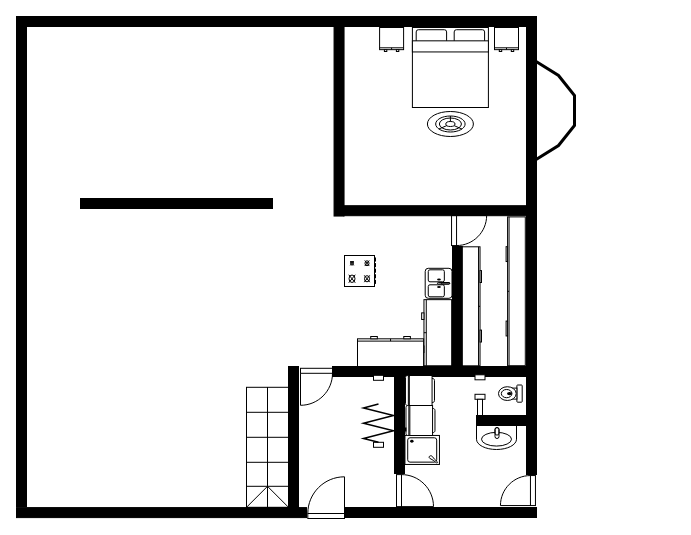
AlexProv/Draw keeps this draw.io diagram as House.drawio. Above is the earlier version. Source tidied: cells renumbered, new cells numbered last; positions are measured from the earlier drawing's top-left corner, leaving out a move shared by most shapes. Both pictures are drawn from the tidied source at 100%, with x=0, y=0 at pixel (16, 16).
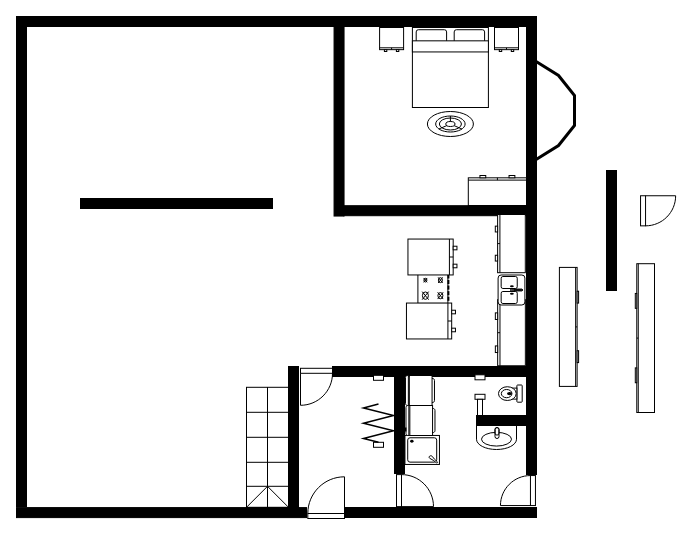
The same page after the edit.

The edit, as a diff of the source:
```diff
@@
     <mxCell id="14" style="verticalLabelPosition=bottom;html=1;verticalAlign=top;align=center;shape=mxgraph.floorplan.doorRight;rotation=-90;" parent="1" vertex="1">
-      <mxGeometry x="436" y="198" width="30.1" height="32" as="geometry" />
+      <mxGeometry x="625" y="178.3" width="30.1" height="32" as="geometry" />
     </mxCell>
@@
     <mxCell id="25" style="verticalLabelPosition=bottom;html=1;verticalAlign=top;align=center;shape=mxgraph.floorplan.range_1;rotation=-90;" parent="1" vertex="1">
-      <mxGeometry x="328" y="239" width="31" height="31" as="geometry" />
+      <mxGeometry x="401.4" y="255.9" width="31" height="31" as="geometry" />
     </mxCell>
@@
     <mxCell id="27" style="verticalLabelPosition=bottom;html=1;verticalAlign=top;align=center;shape=mxgraph.floorplan.wall;fillColor=strokeColor;direction=south;" parent="1" vertex="1">
-      <mxGeometry x="436" y="230" width="10" height="120" as="geometry" />
+      <mxGeometry x="590" y="154" width="10" height="120" as="geometry" />
     </mxCell>
     <mxCell id="28" style="verticalLabelPosition=bottom;html=1;verticalAlign=top;align=center;shape=mxgraph.floorplan.dresser;rotation=90;" parent="1" vertex="1">
-      <mxGeometry x="424.8" y="265.2" width="148.8" height="19.2" as="geometry" />
+      <mxGeometry x="554" y="312" width="148.8" height="19.2" as="geometry" />
     </mxCell>
     <mxCell id="29" style="verticalLabelPosition=bottom;html=1;verticalAlign=top;align=center;shape=mxgraph.floorplan.dresser;rotation=90;" parent="1" vertex="1">
-      <mxGeometry x="387.1" y="301.2" width="66.1" height="30" as="geometry" />
+      <mxGeometry x="460.8" y="301.2" width="66.1" height="30" as="geometry" />
     </mxCell>
-    <mxCell id="30" style="verticalLabelPosition=bottom;html=1;verticalAlign=top;align=center;shape=mxgraph.floorplan.dresser;rotation=-180;" parent="1" vertex="1">
-      <mxGeometry x="341" y="320" width="66.1" height="30" as="geometry" />
+    <mxCell id="30" style="verticalLabelPosition=bottom;html=1;verticalAlign=top;align=center;shape=mxgraph.floorplan.dresser;rotation=-90;" parent="1" vertex="1">
+      <mxGeometry x="396.5" y="280" width="35.9" height="49" as="geometry" />
     </mxCell>
     <mxCell id="31" style="verticalLabelPosition=bottom;html=1;verticalAlign=top;align=center;shape=mxgraph.floorplan.sink_double2;rotation=90;" parent="1" vertex="1">
-      <mxGeometry x="407.1" y="253.4" width="30" height="26.8" as="geometry" />
+      <mxGeometry x="480" y="260.1" width="30" height="26.8" as="geometry" />
     </mxCell>
     <mxCell id="32" style="verticalLabelPosition=bottom;html=1;verticalAlign=top;align=center;shape=mxgraph.floorplan.dresser;rotation=-90;" parent="1" vertex="1">
-      <mxGeometry x="395.9" y="280.2" width="119" height="19.2" as="geometry" />
+      <mxGeometry x="493" y="300.8" width="119" height="19.2" as="geometry" />
     </mxCell>
@@
+    <mxCell id="40" style="verticalLabelPosition=bottom;html=1;verticalAlign=top;align=center;shape=mxgraph.floorplan.dresser;rotation=90;" parent="1" vertex="1">
+      <mxGeometry x="464.7" y="212.1" width="58.2" height="30" as="geometry" />
+    </mxCell>
+    <mxCell id="41" style="verticalLabelPosition=bottom;html=1;verticalAlign=top;align=center;shape=mxgraph.floorplan.dresser;rotation=-90;" parent="1" vertex="1">
+      <mxGeometry x="398" y="216" width="35.9" height="49" as="geometry" />
+    </mxCell>
+    <mxCell id="42" style="verticalLabelPosition=bottom;html=1;verticalAlign=top;align=center;shape=mxgraph.floorplan.dresser;rotation=-180;" parent="1" vertex="1">
+      <mxGeometry x="451.8" y="159" width="58.2" height="30" as="geometry" />
+    </mxCell>
```
